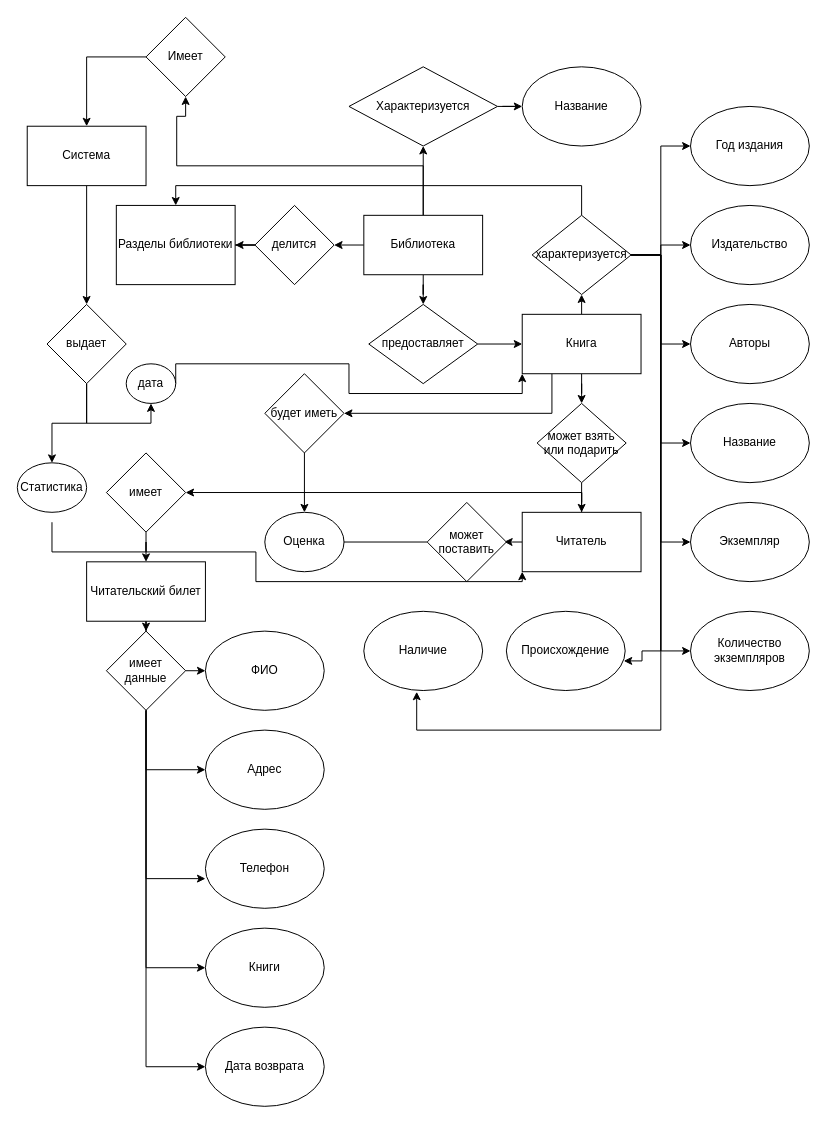
Above: lab2.drawio in Volsom/a.v.moslov (draw.io), before the change. Source tidied: cells renumbered, new cells numbered last; positions are measured from the earlier drawing's top-left corner, leaving out a move shared by most shapes. Both pictures are drawn from the tidied source at 99%, with x=0, y=0 at pixel (17, 17).
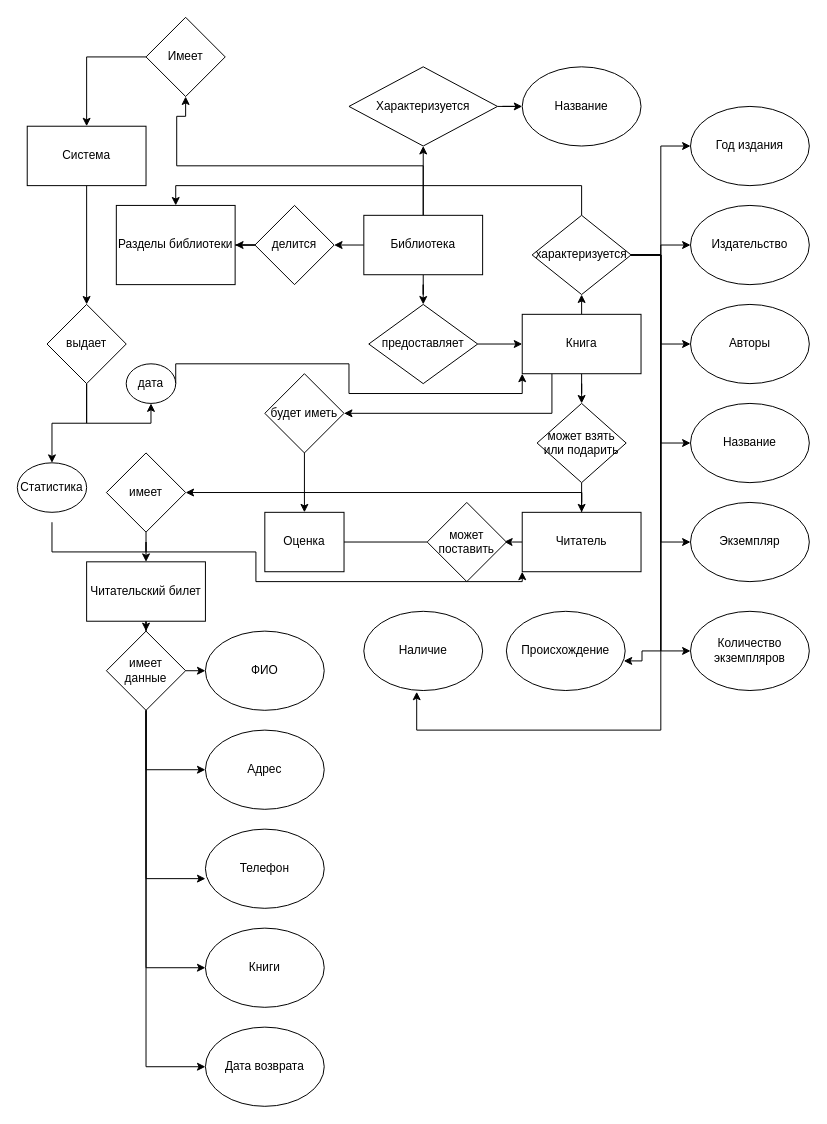
The same diagram, later.

Diff of the diagram source:
```diff
@@
-    <mxCell id="41" value="Оценка" style="ellipse;whiteSpace=wrap;html=1;" parent="1" vertex="1">
+    <mxCell id="41" value="Оценка" style="rectange;whiteSpace=wrap;html=1;" parent="1" vertex="1">
       <mxGeometry x="250" y="500" width="80" height="60" as="geometry" />
     </mxCell>
```
